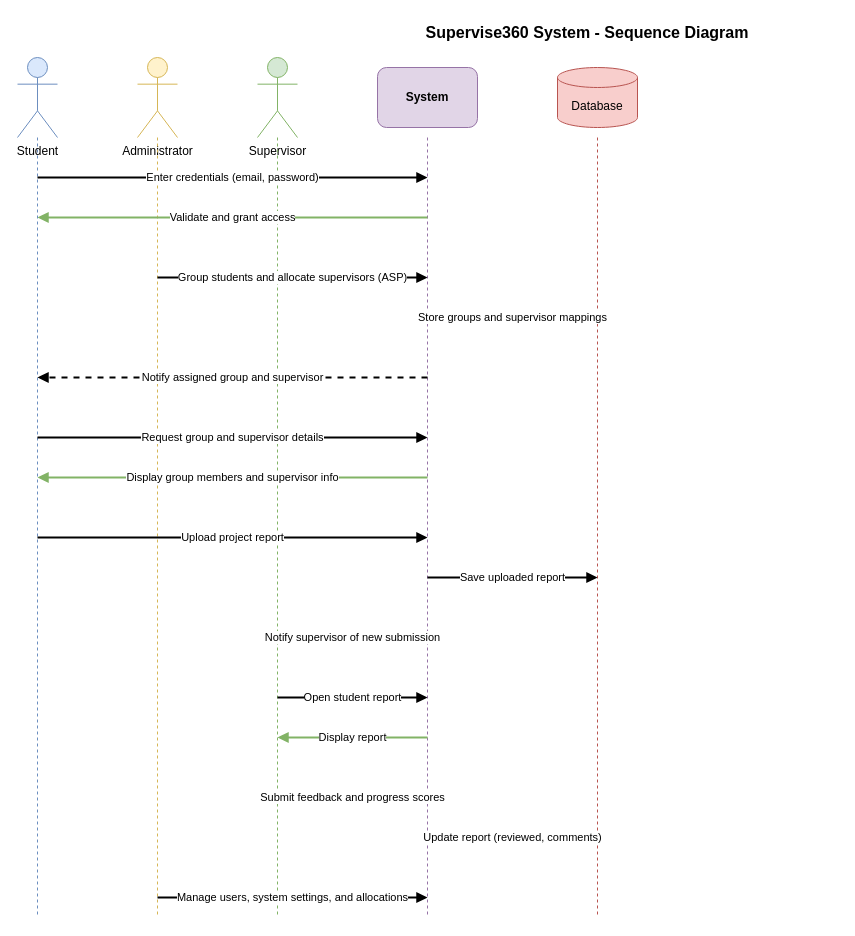
Before: diagrams/03-sequence-diagram.drawio in Chidera584/supervise360, a draw.io diagram. Source tidied: cells renumbered, new cells numbered last; positions are measured from the earlier drawing's top-left corner, leaving out a move shared by most shapes. Both pictures are drawn from the tidied source at 100%, with x=0, y=0 at pixel (17, 17).
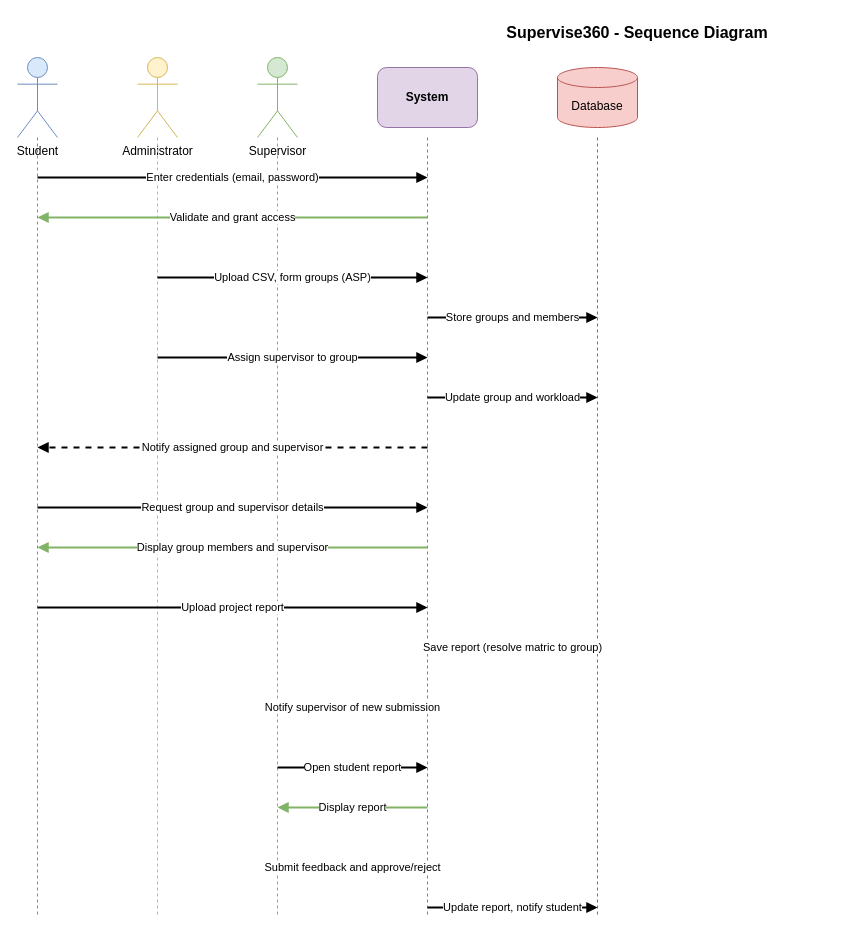
The same diagram, later.

Commit message (it also covers changes not shown here):
Align diagrams with project: correct ERD tables, architecture layers, sequence flow, use cases

Diff of the diagram source:
```diff
@@
-    <mxCell id="13" value="Validate and grant access" style="endArrow=block;html=1;rounded=0;strokeWidth=2;strokeColor=#82b366;exitX=0;exitY=0.5;entryX=1;entryY=0.5;" parent="1" edge="1">
+    <mxCell id="13" value="Validate and grant access" style="endArrow=block;html=1;rounded=0;strokeWidth=2;strokeColor=#82b366;" parent="1" edge="1">
       <mxGeometry relative="1" as="geometry">
         <mxPoint x="410" y="200" as="sourcePoint" />
         <mxPoint x="20" y="200" as="targetPoint" />
       </mxGeometry>
     </mxCell>
-    <mxCell id="14" value="Group students and allocate supervisors (ASP)" style="endArrow=block;html=1;rounded=0;strokeWidth=2;" parent="1" edge="1">
+    <mxCell id="14" value="Upload CSV, form groups (ASP)" style="endArrow=block;html=1;rounded=0;strokeWidth=2;" parent="1" edge="1">
       <mxGeometry relative="1" as="geometry">
         <mxPoint x="140" y="260" as="sourcePoint" />
         <mxPoint x="410" y="260" as="targetPoint" />
       </mxGeometry>
     </mxCell>
-    <mxCell id="15" value="Store groups and supervisor mappings" style="endArrow=block;html=1;rounded=0;strokeWidth=2;" parent="1" edge="1">
+    <mxCell id="15" value="Store groups and members" style="endArrow=block;html=1;rounded=0;strokeWidth=2;" parent="1" edge="1">
       <mxGeometry relative="1" as="geometry">
         <mxPoint x="410" y="300" as="sourcePoint" />
         <mxPoint x="580" y="300" as="targetPoint" />
       </mxGeometry>
     </mxCell>
-    <mxCell id="16" value="Notify assigned group and supervisor" style="endArrow=block;html=1;rounded=0;strokeWidth=2;dashed=1;" parent="1" edge="1">
+    <mxCell id="16" value="Assign supervisor to group" style="endArrow=block;html=1;rounded=0;strokeWidth=2;" parent="1" edge="1">
       <mxGeometry relative="1" as="geometry">
-        <mxPoint x="410" y="360" as="sourcePoint" />
-        <mxPoint x="20" y="360" as="targetPoint" />
+        <mxPoint x="140" y="340" as="sourcePoint" />
+        <mxPoint x="410" y="340" as="targetPoint" />
       </mxGeometry>
     </mxCell>
-    <mxCell id="17" value="Request group and supervisor details" style="endArrow=block;html=1;rounded=0;strokeWidth=2;" parent="1" edge="1">
+    <mxCell id="17" value="Update group and workload" style="endArrow=block;html=1;rounded=0;strokeWidth=2;" parent="1" edge="1">
       <mxGeometry relative="1" as="geometry">
-        <mxPoint x="20" y="420" as="sourcePoint" />
-        <mxPoint x="410" y="420" as="targetPoint" />
+        <mxPoint x="410" y="380" as="sourcePoint" />
+        <mxPoint x="580" y="380" as="targetPoint" />
       </mxGeometry>
     </mxCell>
-    <mxCell id="18" value="Display group members and supervisor info" style="endArrow=block;html=1;rounded=0;strokeWidth=2;strokeColor=#82b366;" parent="1" edge="1">
+    <mxCell id="18" value="Notify assigned group and supervisor" style="endArrow=block;html=1;rounded=0;strokeWidth=2;dashed=1;" parent="1" edge="1">
       <mxGeometry relative="1" as="geometry">
-        <mxPoint x="410" y="460" as="sourcePoint" />
-        <mxPoint x="20" y="460" as="targetPoint" />
+        <mxPoint x="410" y="430" as="sourcePoint" />
+        <mxPoint x="20" y="430" as="targetPoint" />
       </mxGeometry>
     </mxCell>
-    <mxCell id="19" value="Upload project report" style="endArrow=block;html=1;rounded=0;strokeWidth=2;" parent="1" edge="1">
+    <mxCell id="19" value="Request group and supervisor details" style="endArrow=block;html=1;rounded=0;strokeWidth=2;" parent="1" edge="1">
       <mxGeometry relative="1" as="geometry">
-        <mxPoint x="20" y="520" as="sourcePoint" />
-        <mxPoint x="410" y="520" as="targetPoint" />
+        <mxPoint x="20" y="490" as="sourcePoint" />
+        <mxPoint x="410" y="490" as="targetPoint" />
       </mxGeometry>
     </mxCell>
-    <mxCell id="20" value="Save uploaded report" style="endArrow=block;html=1;rounded=0;strokeWidth=2;" parent="1" edge="1">
+    <mxCell id="20" value="Display group members and supervisor" style="endArrow=block;html=1;rounded=0;strokeWidth=2;strokeColor=#82b366;" parent="1" edge="1">
       <mxGeometry relative="1" as="geometry">
-        <mxPoint x="410" y="560" as="sourcePoint" />
-        <mxPoint x="580" y="560" as="targetPoint" />
+        <mxPoint x="410" y="530" as="sourcePoint" />
+        <mxPoint x="20" y="530" as="targetPoint" />
       </mxGeometry>
     </mxCell>
-    <mxCell id="21" value="Notify supervisor of new submission" style="endArrow=block;html=1;rounded=0;strokeWidth=2;dashed=1;" parent="1" edge="1">
+    <mxCell id="21" value="Upload project report" style="endArrow=block;html=1;rounded=0;strokeWidth=2;" parent="1" edge="1">
       <mxGeometry relative="1" as="geometry">
-        <mxPoint x="410" y="620" as="sourcePoint" />
-        <mxPoint x="260" y="620" as="targetPoint" />
+        <mxPoint x="20" y="590" as="sourcePoint" />
+        <mxPoint x="410" y="590" as="targetPoint" />
       </mxGeometry>
     </mxCell>
-    <mxCell id="22" value="Open student report" style="endArrow=block;html=1;rounded=0;strokeWidth=2;" parent="1" edge="1">
+    <mxCell id="22" value="Save report (resolve matric to group)" style="endArrow=block;html=1;rounded=0;strokeWidth=2;" parent="1" edge="1">
       <mxGeometry relative="1" as="geometry">
-        <mxPoint x="260" y="680" as="sourcePoint" />
-        <mxPoint x="410" y="680" as="targetPoint" />
+        <mxPoint x="410" y="630" as="sourcePoint" />
+        <mxPoint x="580" y="630" as="targetPoint" />
       </mxGeometry>
     </mxCell>
-    <mxCell id="23" value="Display report" style="endArrow=block;html=1;rounded=0;strokeWidth=2;strokeColor=#82b366;" parent="1" edge="1">
+    <mxCell id="23" value="Notify supervisor of new submission" style="endArrow=block;html=1;rounded=0;strokeWidth=2;dashed=1;" parent="1" edge="1">
       <mxGeometry relative="1" as="geometry">
-        <mxPoint x="410" y="720" as="sourcePoint" />
-        <mxPoint x="260" y="720" as="targetPoint" />
+        <mxPoint x="410" y="690" as="sourcePoint" />
+        <mxPoint x="260" y="690" as="targetPoint" />
       </mxGeometry>
     </mxCell>
-    <mxCell id="24" value="Submit feedback and progress scores" style="endArrow=block;html=1;rounded=0;strokeWidth=2;" parent="1" edge="1">
+    <mxCell id="24" value="Open student report" style="endArrow=block;html=1;rounded=0;strokeWidth=2;" parent="1" edge="1">
       <mxGeometry relative="1" as="geometry">
-        <mxPoint x="260" y="780" as="sourcePoint" />
-        <mxPoint x="410" y="780" as="targetPoint" />
+        <mxPoint x="260" y="750" as="sourcePoint" />
+        <mxPoint x="410" y="750" as="targetPoint" />
       </mxGeometry>
     </mxCell>
-    <mxCell id="25" value="Update report (reviewed, comments)" style="endArrow=block;html=1;rounded=0;strokeWidth=2;" parent="1" edge="1">
+    <mxCell id="25" value="Display report" style="endArrow=block;html=1;rounded=0;strokeWidth=2;strokeColor=#82b366;" parent="1" edge="1">
       <mxGeometry relative="1" as="geometry">
-        <mxPoint x="410" y="820" as="sourcePoint" />
-        <mxPoint x="580" y="820" as="targetPoint" />
+        <mxPoint x="410" y="790" as="sourcePoint" />
+        <mxPoint x="260" y="790" as="targetPoint" />
       </mxGeometry>
     </mxCell>
-    <mxCell id="26" value="Manage users, system settings, and allocations" style="endArrow=block;html=1;rounded=0;strokeWidth=2;" parent="1" edge="1">
+    <mxCell id="26" value="Submit feedback and approve/reject" style="endArrow=block;html=1;rounded=0;strokeWidth=2;" parent="1" edge="1">
       <mxGeometry relative="1" as="geometry">
-        <mxPoint x="140" y="880" as="sourcePoint" />
-        <mxPoint x="410" y="880" as="targetPoint" />
+        <mxPoint x="260" y="850" as="sourcePoint" />
+        <mxPoint x="410" y="850" as="targetPoint" />
       </mxGeometry>
     </mxCell>
+    <mxCell id="28" value="Update report, notify student" style="endArrow=block;html=1;rounded=0;strokeWidth=2;" parent="1" edge="1">
+      <mxGeometry relative="1" as="geometry">
+        <mxPoint x="410" y="890" as="sourcePoint" />
+        <mxPoint x="580" y="890" as="targetPoint" />
+      </mxGeometry>
+    </mxCell>
-    <mxCell id="27" value="Supervise360 System - Sequence Diagram" style="text;html=1;strokeColor=none;fillColor=none;align=center;verticalAlign=middle;whiteSpace=wrap;rounded=0;fontSize=16;fontStyle=1;" parent="1" vertex="1">
-      <mxGeometry x="370" width="400" height="30" as="geometry" />
+    <mxCell id="27" value="Supervise360 - Sequence Diagram" style="text;html=1;strokeColor=none;fillColor=none;align=center;verticalAlign=middle;whiteSpace=wrap;rounded=0;fontSize=16;fontStyle=1;" parent="1" vertex="1">
+      <mxGeometry x="420" width="400" height="30" as="geometry" />
     </mxCell>
```
